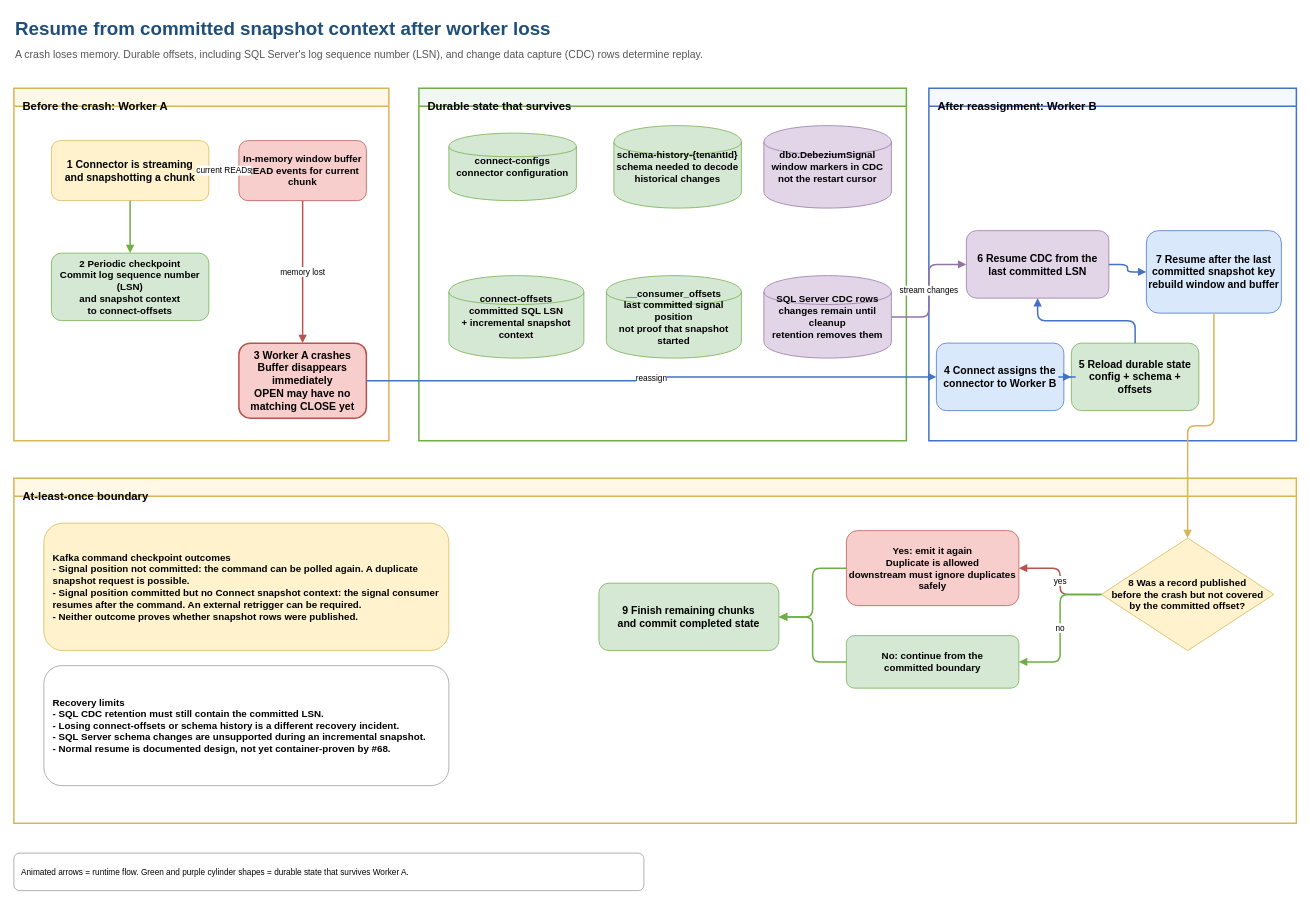
Above: docs/diagrams/incremental-snapshot-recovery.drawio in collaborationwithothers/cdc-platform-azure (draw.io), before the change. Source tidied: cells renumbered, new cells numbered last; positions are measured from the earlier drawing's top-left corner, leaving out a move shared by most shapes. Both pictures are drawn from the tidied source at 75%, with x=0, y=0 at pixel (14, 13).
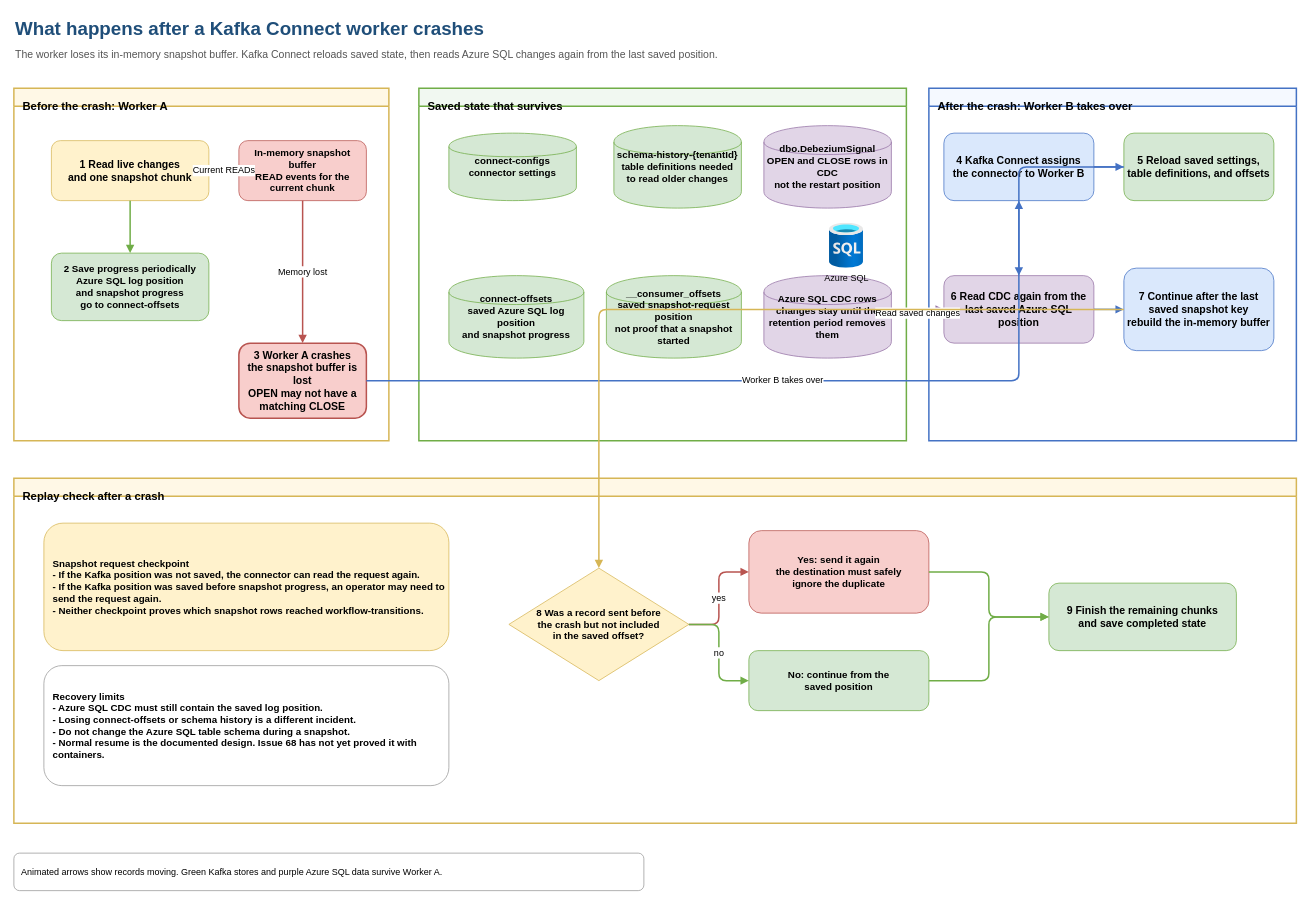
After the change.

Commit message (it also covers changes not shown here):
docs: clarify incremental snapshot diagrams (#68)

The change refers to these unchanged cells:
```xml
<mxCell id="4" value="Before the crash: Worker A" style="html=1;swimlane;startSize=24;whiteSpace=wrap;fillColor=#fff8e6;strokeColor=#d6b656;strokeWidth=2;verticalAlign=top;align=left;spacingLeft=10;spacingTop=8;fontSize=15;fontStyle=1;" parent="1" vertex="1">
  <mxGeometry y="100" width="500" height="470" as="geometry" />
</mxCell>
```

What changed in the source:
```diff
@@
-    <mxCell id="2" value="Resume from committed snapshot context after worker loss" style="html=1;text;align=left;verticalAlign=middle;fontSize=25;fontStyle=1;fontColor=#1f4e79;" parent="1" vertex="1">
+    <mxCell id="2" value="What happens after a Kafka Connect worker crashes" style="html=1;text;align=left;verticalAlign=middle;fontSize=25;fontStyle=1;fontColor=#1f4e79;" parent="1" vertex="1">
       <mxGeometry width="1100" height="40" as="geometry" />
     </mxCell>
-    <mxCell id="3" value="A crash loses memory. Durable offsets, including SQL Server's log sequence number (LSN), and change data capture (CDC) rows determine replay." style="html=1;text;align=left;verticalAlign=middle;fontSize=14;fontColor=#555555;" parent="1" vertex="1">
+    <mxCell id="3" value="The worker loses its in-memory snapshot buffer. Kafka Connect reloads saved state, then reads Azure SQL changes again from the last saved position." style="html=1;text;align=left;verticalAlign=middle;fontSize=14;fontColor=#555555;" parent="1" vertex="1">
       <mxGeometry y="40" width="1400" height="30" as="geometry" />
     </mxCell>
@@
-    <mxCell id="5" value="Durable state that survives" style="html=1;swimlane;startSize=24;whiteSpace=wrap;fillColor=#f1f8f1;strokeColor=#70ad47;strokeWidth=2;verticalAlign=top;align=left;spacingLeft=10;spacingTop=8;fontSize=15;fontStyle=1;" parent="1" vertex="1">
+    <mxCell id="5" value="Saved state that survives" style="html=1;swimlane;startSize=24;whiteSpace=wrap;fillColor=#f1f8f1;strokeColor=#70ad47;strokeWidth=2;verticalAlign=top;align=left;spacingLeft=10;spacingTop=8;fontSize=15;fontStyle=1;" parent="1" vertex="1">
       <mxGeometry x="540" y="100" width="650" height="470" as="geometry" />
     </mxCell>
-    <mxCell id="6" value="After reassignment: Worker B" style="html=1;swimlane;startSize=24;whiteSpace=wrap;fillColor=#f5f9ff;strokeColor=#4472c4;strokeWidth=2;verticalAlign=top;align=left;spacingLeft=10;spacingTop=8;fontSize=15;fontStyle=1;" parent="1" vertex="1">
+    <mxCell id="6" value="After the crash: Worker B takes over" style="html=1;swimlane;startSize=24;whiteSpace=wrap;fillColor=#f5f9ff;strokeColor=#4472c4;strokeWidth=2;verticalAlign=top;align=left;spacingLeft=10;spacingTop=8;fontSize=15;fontStyle=1;" parent="1" vertex="1">
       <mxGeometry x="1220" y="100" width="490" height="470" as="geometry" />
     </mxCell>
-    <mxCell id="7" value="1  Connector is streaming&lt;br&gt;and snapshotting a chunk" style="html=1;rounded=1;whiteSpace=wrap;fillColor=#fff2cc;strokeColor=#d6b656;fontSize=14;fontStyle=1;" parent="4" vertex="1">
+    <mxCell id="7" value="1  Read live changes&lt;br&gt;and one snapshot chunk" style="html=1;rounded=1;whiteSpace=wrap;fillColor=#fff2cc;strokeColor=#d6b656;fontSize=14;fontStyle=1;" parent="4" vertex="1">
       <mxGeometry x="50" y="70" width="210" height="80" as="geometry" />
     </mxCell>
-    <mxCell id="8" value="In-memory window buffer&lt;br&gt;READ events for current chunk" style="html=1;rounded=1;whiteSpace=wrap;fillColor=#f8cecc;strokeColor=#b85450;fontSize=13;fontStyle=1;" parent="4" vertex="1">
+    <mxCell id="8" value="In-memory snapshot buffer&lt;br&gt;READ events for the current chunk" style="html=1;rounded=1;whiteSpace=wrap;fillColor=#f8cecc;strokeColor=#b85450;fontSize=13;fontStyle=1;" parent="4" vertex="1">
       <mxGeometry x="300" y="70" width="170" height="80" as="geometry" />
     </mxCell>
-    <mxCell id="9" value="2  Periodic checkpoint&lt;br&gt;Commit log sequence number (LSN)&lt;br&gt;and snapshot context&lt;br&gt;to connect-offsets" style="html=1;rounded=1;whiteSpace=wrap;fillColor=#d5e8d4;strokeColor=#70ad47;fontSize=13;fontStyle=1;" parent="4" vertex="1">
+    <mxCell id="9" value="2  Save progress periodically&lt;br&gt;Azure SQL log position&lt;br&gt;and snapshot progress&lt;br&gt;go to connect-offsets" style="html=1;rounded=1;whiteSpace=wrap;fillColor=#d5e8d4;strokeColor=#70ad47;fontSize=13;fontStyle=1;" parent="4" vertex="1">
       <mxGeometry x="50" y="220" width="210" height="90" as="geometry" />
     </mxCell>
-    <mxCell id="10" value="3  Worker A crashes&lt;br&gt;Buffer disappears immediately&lt;br&gt;OPEN may have no matching CLOSE yet" style="html=1;rounded=1;whiteSpace=wrap;fillColor=#f8cecc;strokeColor=#b85450;strokeWidth=2;fontSize=14;fontStyle=1;" parent="4" vertex="1">
+    <mxCell id="10" value="3  Worker A crashes&lt;br&gt;the snapshot buffer is lost&lt;br&gt;OPEN may not have a matching CLOSE" style="html=1;rounded=1;whiteSpace=wrap;fillColor=#f8cecc;strokeColor=#b85450;strokeWidth=2;fontSize=14;fontStyle=1;" parent="4" vertex="1">
       <mxGeometry x="300" y="340" width="170" height="100" as="geometry" />
     </mxCell>
-    <mxCell id="11" value="connect-configs&lt;br&gt;connector configuration" style="html=1;shape=cylinder;whiteSpace=wrap;fillColor=#d5e8d4;strokeColor=#70ad47;fontSize=13;fontStyle=1;" parent="5" vertex="1">
+    <mxCell id="11" value="connect-configs&lt;br&gt;connector settings" style="html=1;shape=cylinder;whiteSpace=wrap;fillColor=#d5e8d4;strokeColor=#70ad47;fontSize=13;fontStyle=1;" parent="5" vertex="1">
       <mxGeometry x="40" y="60" width="170" height="90" as="geometry" />
     </mxCell>
-    <mxCell id="12" value="connect-offsets&lt;br&gt;committed SQL LSN&lt;br&gt;+ incremental snapshot context" style="html=1;shape=cylinder;whiteSpace=wrap;fillColor=#d5e8d4;strokeColor=#70ad47;fontSize=13;fontStyle=1;" parent="5" vertex="1">
+    <mxCell id="12" value="connect-offsets&lt;br&gt;saved Azure SQL log position&lt;br&gt;and snapshot progress" style="html=1;shape=cylinder;whiteSpace=wrap;fillColor=#d5e8d4;strokeColor=#70ad47;fontSize=13;fontStyle=1;" parent="5" vertex="1">
       <mxGeometry x="40" y="250" width="180" height="110" as="geometry" />
     </mxCell>
-    <mxCell id="13" value="schema-history-{tenantId}&lt;br&gt;schema needed to decode&lt;br&gt;historical changes" style="html=1;shape=cylinder;whiteSpace=wrap;fillColor=#d5e8d4;strokeColor=#70ad47;fontSize=13;fontStyle=1;" parent="5" vertex="1">
+    <mxCell id="13" value="schema-history-{tenantId}&lt;br&gt;table definitions needed&lt;br&gt;to read older changes" style="html=1;shape=cylinder;whiteSpace=wrap;fillColor=#d5e8d4;strokeColor=#70ad47;fontSize=13;fontStyle=1;" parent="5" vertex="1">
       <mxGeometry x="260" y="50" width="170" height="110" as="geometry" />
     </mxCell>
-    <mxCell id="14" value="SQL Server CDC rows&lt;br&gt;changes remain until cleanup&lt;br&gt;retention removes them" style="html=1;shape=cylinder;whiteSpace=wrap;fillColor=#e1d5e7;strokeColor=#9673a6;fontSize=13;fontStyle=1;" parent="5" vertex="1">
+    <mxCell id="14" value="Azure SQL CDC rows&lt;br&gt;changes stay until the&lt;br&gt;retention period removes them" style="html=1;shape=cylinder;whiteSpace=wrap;fillColor=#e1d5e7;strokeColor=#9673a6;fontSize=13;fontStyle=1;" parent="5" vertex="1">
       <mxGeometry x="460" y="250" width="170" height="110" as="geometry" />
     </mxCell>
-    <mxCell id="15" value="__consumer_offsets&lt;br&gt;last committed signal position&lt;br&gt;not proof that snapshot started" style="html=1;shape=cylinder;whiteSpace=wrap;fillColor=#d5e8d4;strokeColor=#70ad47;fontSize=13;fontStyle=1;" parent="5" vertex="1">
+    <mxCell id="15" value="__consumer_offsets&lt;br&gt;saved snapshot-request position&lt;br&gt;not proof that a snapshot started" style="html=1;shape=cylinder;whiteSpace=wrap;fillColor=#d5e8d4;strokeColor=#70ad47;fontSize=13;fontStyle=1;" parent="5" vertex="1">
       <mxGeometry x="250" y="250" width="180" height="110" as="geometry" />
     </mxCell>
-    <mxCell id="16" value="dbo.DebeziumSignal&lt;br&gt;window markers in CDC&lt;br&gt;not the restart cursor" style="html=1;shape=cylinder;whiteSpace=wrap;fillColor=#e1d5e7;strokeColor=#9673a6;fontSize=13;fontStyle=1;" parent="5" vertex="1">
+    <mxCell id="16" value="dbo.DebeziumSignal&lt;br&gt;OPEN and CLOSE rows in CDC&lt;br&gt;not the restart position" style="html=1;shape=cylinder;whiteSpace=wrap;fillColor=#e1d5e7;strokeColor=#9673a6;fontSize=13;fontStyle=1;" parent="5" vertex="1">
       <mxGeometry x="460" y="50" width="170" height="110" as="geometry" />
     </mxCell>
-    <mxCell id="17" value="4  Connect assigns the&lt;br&gt;connector to Worker B" style="html=1;rounded=1;whiteSpace=wrap;fillColor=#dae8fc;strokeColor=#4472c4;fontSize=14;fontStyle=1;" parent="6" vertex="1">
-      <mxGeometry x="10" y="340" width="170" height="90" as="geometry" />
+    <mxCell id="17" value="4  Kafka Connect assigns&lt;br&gt;the connector to Worker B" style="html=1;rounded=1;whiteSpace=wrap;fillColor=#dae8fc;strokeColor=#4472c4;fontSize=14;fontStyle=1;" parent="6" vertex="1">
+      <mxGeometry x="20" y="60" width="200" height="90" as="geometry" />
     </mxCell>
-    <mxCell id="18" value="5  Reload durable state&lt;br&gt;config + schema + offsets" style="html=1;rounded=1;whiteSpace=wrap;fillColor=#d5e8d4;strokeColor=#70ad47;fontSize=14;fontStyle=1;" parent="6" vertex="1">
-      <mxGeometry x="190" y="340" width="170" height="90" as="geometry" />
+    <mxCell id="18" value="5  Reload saved settings,&lt;br&gt;table definitions, and offsets" style="html=1;rounded=1;whiteSpace=wrap;fillColor=#d5e8d4;strokeColor=#70ad47;fontSize=14;fontStyle=1;" parent="6" vertex="1">
+      <mxGeometry x="260" y="60" width="200" height="90" as="geometry" />
     </mxCell>
-    <mxCell id="19" value="6  Resume CDC from the&lt;br&gt;last committed LSN" style="html=1;rounded=1;whiteSpace=wrap;fillColor=#e1d5e7;strokeColor=#9673a6;fontSize=14;fontStyle=1;" parent="6" vertex="1">
-      <mxGeometry x="50" y="190" width="190" height="90" as="geometry" />
+    <mxCell id="19" value="6  Read CDC again from the&lt;br&gt;last saved Azure SQL position" style="html=1;rounded=1;whiteSpace=wrap;fillColor=#e1d5e7;strokeColor=#9673a6;fontSize=14;fontStyle=1;" parent="6" vertex="1">
+      <mxGeometry x="20" y="250" width="200" height="90" as="geometry" />
     </mxCell>
-    <mxCell id="20" value="7  Resume after the last&lt;br&gt;committed snapshot key&lt;br&gt;rebuild window and buffer" style="html=1;rounded=1;whiteSpace=wrap;fillColor=#dae8fc;strokeColor=#4472c4;fontSize=14;fontStyle=1;" parent="6" vertex="1">
-      <mxGeometry x="290" y="190" width="180" height="110" as="geometry" />
+    <mxCell id="20" value="7  Continue after the last&lt;br&gt;saved snapshot key&lt;br&gt;rebuild the in-memory buffer" style="html=1;rounded=1;whiteSpace=wrap;fillColor=#dae8fc;strokeColor=#4472c4;fontSize=14;fontStyle=1;" parent="6" vertex="1">
+      <mxGeometry x="260" y="240" width="200" height="110" as="geometry" />
     </mxCell>
-    <mxCell id="21" value="At-least-once boundary" style="html=1;swimlane;startSize=24;whiteSpace=wrap;fillColor=#fff8e6;strokeColor=#d6b656;strokeWidth=2;verticalAlign=top;align=left;spacingLeft=10;spacingTop=8;fontSize=15;fontStyle=1;" parent="1" vertex="1">
+    <mxCell id="21" value="Replay check after a crash" style="html=1;swimlane;startSize=24;whiteSpace=wrap;fillColor=#fff8e6;strokeColor=#d6b656;strokeWidth=2;verticalAlign=top;align=left;spacingLeft=10;spacingTop=8;fontSize=15;fontStyle=1;" parent="1" vertex="1">
       <mxGeometry y="620" width="1710" height="460" as="geometry" />
     </mxCell>
-    <mxCell id="22" value="8  Was a record published&lt;br&gt;before the crash but not covered&lt;br&gt;by the committed offset?" style="html=1;rhombus;whiteSpace=wrap;fillColor=#fff2cc;strokeColor=#d6b656;fontSize=13;fontStyle=1;" parent="21" vertex="1">
-      <mxGeometry x="1450" y="80" width="230" height="150" as="geometry" />
+    <mxCell id="22" value="8  Was a record sent before&lt;br&gt;the crash but not included&lt;br&gt;in the saved offset?" style="html=1;rhombus;whiteSpace=wrap;fillColor=#fff2cc;strokeColor=#d6b656;fontSize=13;fontStyle=1;" parent="21" vertex="1">
+      <mxGeometry x="660" y="120" width="240" height="150" as="geometry" />
     </mxCell>
-    <mxCell id="23" value="Yes: emit it again&lt;br&gt;Duplicate is allowed&lt;br&gt;downstream must ignore duplicates safely" style="html=1;rounded=1;whiteSpace=wrap;fillColor=#f8cecc;strokeColor=#b85450;fontSize=13;fontStyle=1;" parent="21" vertex="1">
-      <mxGeometry x="1110" y="70" width="230" height="100" as="geometry" />
+    <mxCell id="23" value="Yes: send it again&lt;br&gt;the destination must safely&lt;br&gt;ignore the duplicate" style="html=1;rounded=1;whiteSpace=wrap;fillColor=#f8cecc;strokeColor=#b85450;fontSize=13;fontStyle=1;" parent="21" vertex="1">
+      <mxGeometry x="980" y="70" width="240" height="110" as="geometry" />
     </mxCell>
-    <mxCell id="24" value="No: continue from the&lt;br&gt;committed boundary" style="html=1;rounded=1;whiteSpace=wrap;fillColor=#d5e8d4;strokeColor=#70ad47;fontSize=13;fontStyle=1;" parent="21" vertex="1">
-      <mxGeometry x="1110" y="210" width="230" height="70" as="geometry" />
+    <mxCell id="24" value="No: continue from the&lt;br&gt;saved position" style="html=1;rounded=1;whiteSpace=wrap;fillColor=#d5e8d4;strokeColor=#70ad47;fontSize=13;fontStyle=1;" parent="21" vertex="1">
+      <mxGeometry x="980" y="230" width="240" height="80" as="geometry" />
     </mxCell>
-    <mxCell id="25" value="9  Finish remaining chunks&lt;br&gt;and commit completed state" style="html=1;rounded=1;whiteSpace=wrap;fillColor=#d5e8d4;strokeColor=#70ad47;fontSize=14;fontStyle=1;" parent="21" vertex="1">
-      <mxGeometry x="780" y="140" width="240" height="90" as="geometry" />
+    <mxCell id="25" value="9  Finish the remaining chunks&lt;br&gt;and save completed state" style="html=1;rounded=1;whiteSpace=wrap;fillColor=#d5e8d4;strokeColor=#70ad47;fontSize=14;fontStyle=1;" parent="21" vertex="1">
+      <mxGeometry x="1380" y="140" width="250" height="90" as="geometry" />
     </mxCell>
-    <mxCell id="26" value="Kafka command checkpoint outcomes&lt;br&gt;- Signal position not committed: the command can be polled again. A duplicate snapshot request is possible.&lt;br&gt;- Signal position committed but no Connect snapshot context: the signal consumer resumes after the command. An external retrigger can be required.&lt;br&gt;- Neither outcome proves whether snapshot rows were published." style="html=1;rounded=1;whiteSpace=wrap;fillColor=#fff2cc;strokeColor=#d6b656;fontSize=13;fontStyle=1;align=left;spacingLeft=10;" parent="21" vertex="1">
+    <mxCell id="26" value="Snapshot request checkpoint&lt;br&gt;- If the Kafka position was not saved, the connector can read the request again.&lt;br&gt;- If the Kafka position was saved before snapshot progress, an operator may need to send the request again.&lt;br&gt;- Neither checkpoint proves which snapshot rows reached workflow-transitions." style="html=1;rounded=1;whiteSpace=wrap;fillColor=#fff2cc;strokeColor=#d6b656;fontSize=13;fontStyle=1;align=left;spacingLeft=10;" parent="21" vertex="1">
       <mxGeometry x="40" y="60" width="540" height="170" as="geometry" />
     </mxCell>
-    <mxCell id="27" value="Recovery limits&lt;br&gt;- SQL CDC retention must still contain the committed LSN.&lt;br&gt;- Losing connect-offsets or schema history is a different recovery incident.&lt;br&gt;- SQL Server schema changes are unsupported during an incremental snapshot.&lt;br&gt;- Normal resume is documented design, not yet container-proven by #68." style="html=1;rounded=1;whiteSpace=wrap;fillColor=#ffffff;strokeColor=#999999;fontSize=13;fontStyle=1;align=left;spacingLeft=10;" parent="21" vertex="1">
+    <mxCell id="27" value="Recovery limits&lt;br&gt;- Azure SQL CDC must still contain the saved log position.&lt;br&gt;- Losing connect-offsets or schema history is a different incident.&lt;br&gt;- Do not change the Azure SQL table schema during a snapshot.&lt;br&gt;- Normal resume is the documented design. Issue 68 has not yet proved it with containers." style="html=1;rounded=1;whiteSpace=wrap;fillColor=#ffffff;strokeColor=#999999;fontSize=13;fontStyle=1;align=left;spacingLeft=10;" parent="21" vertex="1">
       <mxGeometry x="40" y="250" width="540" height="160" as="geometry" />
     </mxCell>
-    <mxCell id="28" value="current READs" style="html=1;edgeStyle=orthogonalEdgeStyle;rounded=1;jettySize=auto;strokeColor=#d6b656;strokeWidth=2;endArrow=block;fontSize=11;" parent="1" edge="1" source="7" target="8">
+    <mxCell id="28" value="Current READs" style="html=1;edgeStyle=orthogonalEdgeStyle;rounded=1;jettySize=auto;strokeColor=#d6b656;strokeWidth=2;endArrow=block;fontSize=12;" parent="1" edge="1" source="7" target="8">
       <mxGeometry relative="1" as="geometry" />
     </mxCell>
@@
-    <mxCell id="30" value="memory lost" style="html=1;edgeStyle=orthogonalEdgeStyle;rounded=1;jettySize=auto;strokeColor=#b85450;strokeWidth=2;endArrow=block;flowAnimation=1;fontSize=11;" parent="1" edge="1" source="8" target="10">
+    <mxCell id="30" value="Memory lost" style="html=1;edgeStyle=orthogonalEdgeStyle;rounded=1;jettySize=auto;strokeColor=#b85450;strokeWidth=2;endArrow=block;flowAnimation=1;fontSize=12;" parent="1" edge="1" source="8" target="10">
       <mxGeometry relative="1" as="geometry" />
     </mxCell>
-    <mxCell id="31" value="reassign" style="html=1;edgeStyle=orthogonalEdgeStyle;rounded=1;jettySize=auto;strokeColor=#4472c4;strokeWidth=2;endArrow=block;flowAnimation=1;fontSize=11;" parent="1" edge="1" source="10" target="17">
+    <mxCell id="31" value="Worker B takes over" style="html=1;edgeStyle=orthogonalEdgeStyle;rounded=1;jettySize=auto;strokeColor=#4472c4;strokeWidth=2;endArrow=block;flowAnimation=1;fontSize=12;" parent="1" edge="1" source="10" target="17">
       <mxGeometry relative="1" as="geometry" />
     </mxCell>
@@
-    <mxCell id="34" value="stream changes" style="html=1;edgeStyle=orthogonalEdgeStyle;rounded=1;jettySize=auto;strokeColor=#9673a6;strokeWidth=2;endArrow=block;flowAnimation=1;fontSize=11;" parent="1" edge="1" source="14" target="19">
+    <mxCell id="34" value="Read saved changes" style="html=1;edgeStyle=orthogonalEdgeStyle;rounded=1;jettySize=auto;strokeColor=#9673a6;strokeWidth=2;endArrow=block;flowAnimation=1;fontSize=12;" parent="1" edge="1" source="14" target="19">
       <mxGeometry relative="1" as="geometry" />
     </mxCell>
@@
-    <mxCell id="37" value="yes" style="html=1;edgeStyle=orthogonalEdgeStyle;rounded=1;jettySize=auto;strokeColor=#b85450;strokeWidth=2;endArrow=block;flowAnimation=1;fontSize=11;" parent="1" edge="1" source="22" target="23">
+    <mxCell id="37" value="yes" style="html=1;edgeStyle=orthogonalEdgeStyle;rounded=1;jettySize=auto;strokeColor=#b85450;strokeWidth=2;endArrow=block;flowAnimation=1;fontSize=12;" parent="1" edge="1" source="22" target="23">
       <mxGeometry relative="1" as="geometry" />
     </mxCell>
-    <mxCell id="38" value="no" style="html=1;edgeStyle=orthogonalEdgeStyle;rounded=1;jettySize=auto;strokeColor=#70ad47;strokeWidth=2;endArrow=block;fontSize=11;" parent="1" edge="1" source="22" target="24">
+    <mxCell id="38" value="no" style="html=1;edgeStyle=orthogonalEdgeStyle;rounded=1;jettySize=auto;strokeColor=#70ad47;strokeWidth=2;endArrow=block;fontSize=12;" parent="1" edge="1" source="22" target="24">
       <mxGeometry relative="1" as="geometry" />
     </mxCell>
@@
-    <mxCell id="41" value="Animated arrows = runtime flow. Green and purple cylinder shapes = durable state that survives Worker A." style="html=1;rounded=1;whiteSpace=wrap;fillColor=#ffffff;strokeColor=#999999;fontSize=11;align=left;spacingLeft=8;" parent="1" vertex="1">
+    <mxCell id="41" value="Animated arrows show records moving. Green Kafka stores and purple Azure SQL data survive Worker A." style="html=1;rounded=1;whiteSpace=wrap;fillColor=#ffffff;strokeColor=#999999;fontSize=12;align=left;spacingLeft=8;" parent="1" vertex="1">
       <mxGeometry y="1120" width="840" height="50" as="geometry" />
     </mxCell>
+    <mxCell id="42" value="Azure SQL" style="shape=image;html=1;verticalLabelPosition=bottom;verticalAlign=top;align=center;fontSize=12;image=img/lib/azure2/databases/SQL_Database.svg;" parent="5" vertex="1">
+      <mxGeometry x="540" y="180" width="60" height="60" as="geometry" />
+    </mxCell>
```
